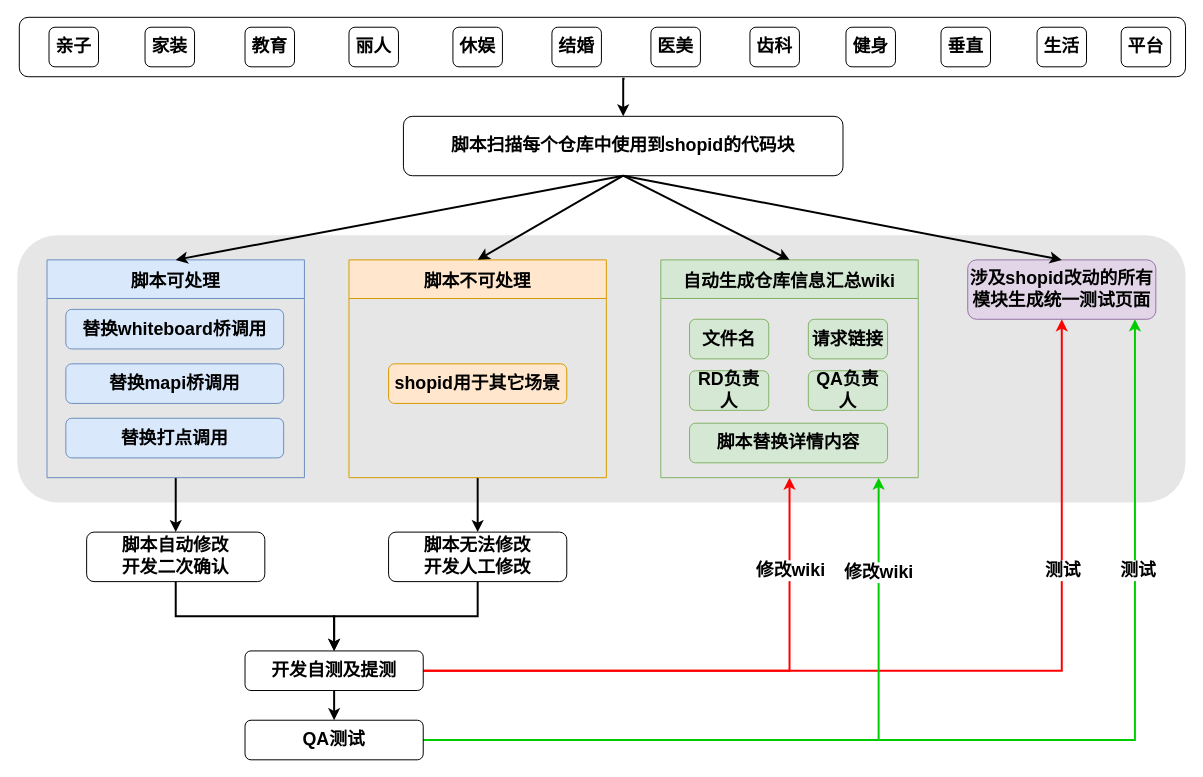
Above: page "第 12 页" (14 of 22) of 频道首页执行流程.drawio in hpk1994/shophome (draw.io), before the change. Source tidied: cells renumbered, new cells numbered last; positions are measured from the earlier drawing's top-left corner, leaving out a move shared by most shapes. Both pictures are drawn from the tidied source at 99%, with x=0, y=0 at pixel (17, 17).
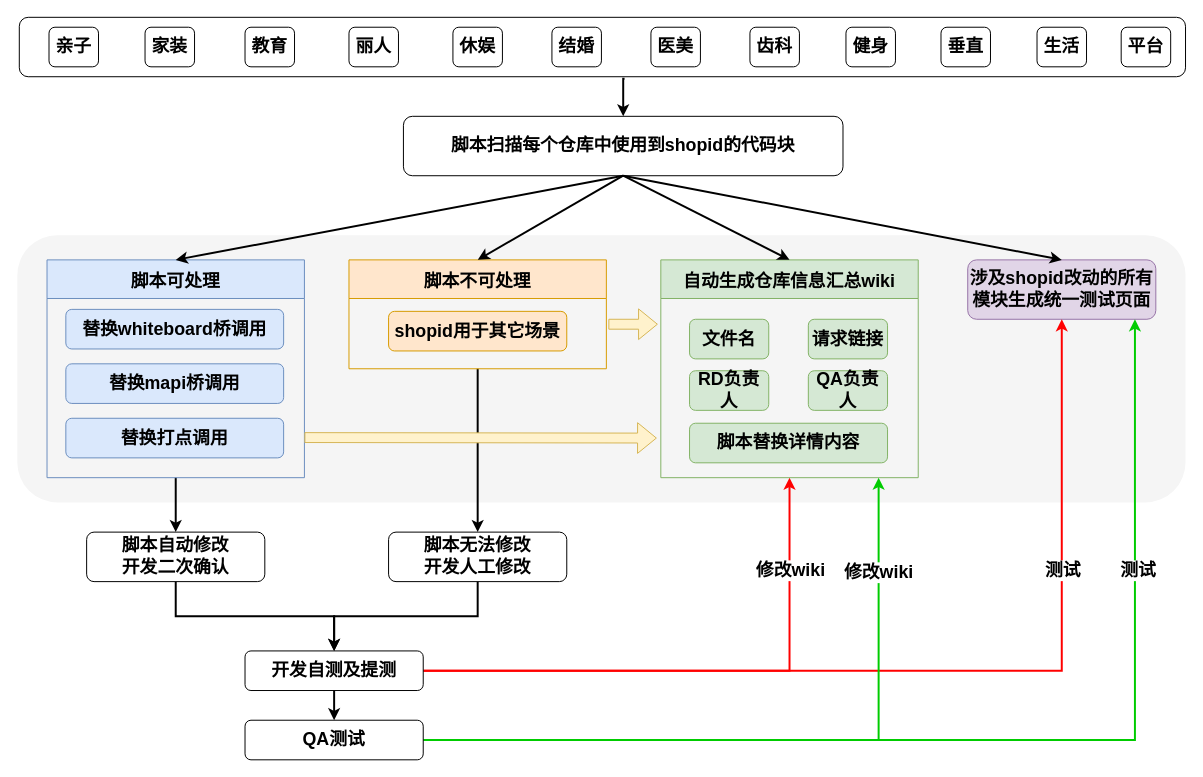
The same page after the edit.

Commit message:
Update 频道首页执行流程.drawio

Change to the diagram source:
```diff
@@
-    <mxCell id="2" style="rounded=1;whiteSpace=wrap;html=1;fillColor=#E6E6E6;strokeColor=none;gradientDirection=north;fontColor=#333333;" parent="1" vertex="1">
+    <mxCell id="2" style="rounded=1;whiteSpace=wrap;html=1;fillColor=#F5F5F5;strokeColor=none;gradientDirection=north;fontColor=#333333;" parent="1" vertex="1">
       <mxGeometry y="220" width="1180" height="270" as="geometry" />
     </mxCell>
@@
     <mxCell id="9" value="&lt;font style=&quot;font-size: 18px&quot;&gt;&lt;b&gt;shopid用于其它场景&lt;/b&gt;&lt;/font&gt;" style="rounded=1;whiteSpace=wrap;html=1;fillColor=#ffe6cc;strokeColor=#d79b00;" parent="1" vertex="1">
-      <mxGeometry x="375" y="350" width="180" height="40" as="geometry" />
+      <mxGeometry x="375" y="297" width="180" height="40" as="geometry" />
     </mxCell>
@@
     <mxCell id="29" value="脚本不可处理" style="swimlane;fillColor=#ffe6cc;startSize=39;fontSize=18;strokeColor=#d79b00;" parent="1" vertex="1">
-      <mxGeometry x="335" y="245" width="260" height="220" as="geometry" />
+      <mxGeometry x="335" y="245" width="260" height="110" as="geometry" />
     </mxCell>
@@
+    <mxCell id="52" style="shape=flexArrow;endArrow=classic;html=1;strokeWidth=1;fontSize=18;fillColor=#fff2cc;strokeColor=#d6b656;" parent="1" edge="1">
+      <mxGeometry relative="1" as="geometry">
+        <mxPoint x="597" y="310" as="sourcePoint" />
+        <mxPoint x="647" y="310" as="targetPoint" />
+      </mxGeometry>
+    </mxCell>
+    <mxCell id="53" style="shape=flexArrow;endArrow=classic;html=1;strokeWidth=1;fontSize=18;fillColor=#fff2cc;strokeColor=#d6b656;" parent="1" edge="1">
+      <mxGeometry relative="1" as="geometry">
+        <mxPoint x="290" y="424.5" as="sourcePoint" />
+        <mxPoint x="646" y="425" as="targetPoint" />
+      </mxGeometry>
+    </mxCell>
```
